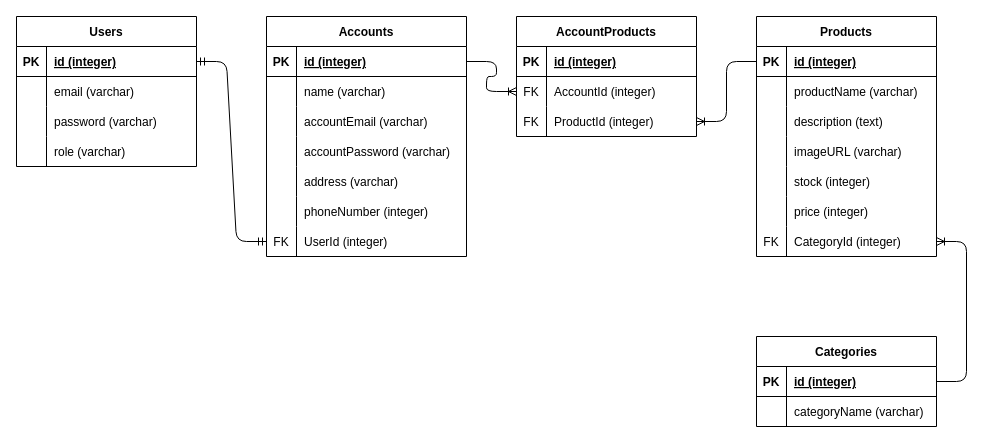
Before: ERD.drawio in Anandabsetiawan/PP-P1-Team2-HCK-73, a draw.io diagram. Source tidied: cells renumbered, new cells numbered last; positions are measured from the earlier drawing's top-left corner, leaving out a move shared by most shapes. Both pictures are drawn from the tidied source at 100%, with x=0, y=0 at pixel (16, 16).
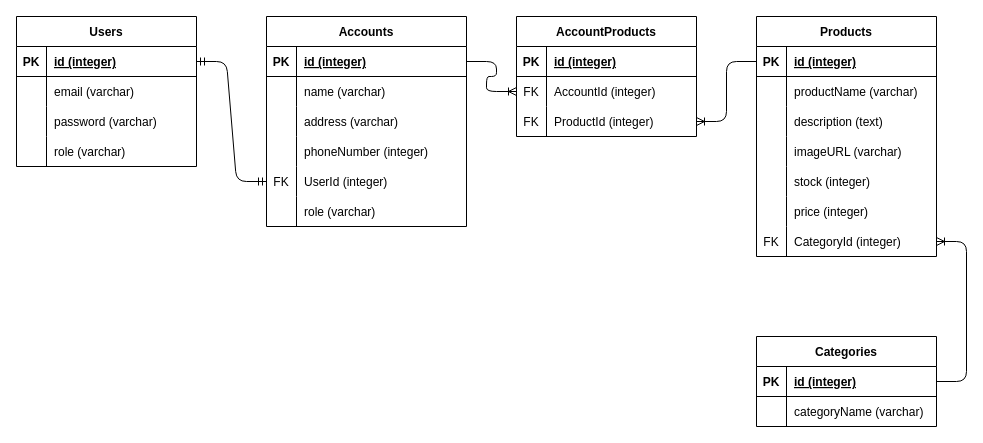
The same page after the edit.

What changed in the source:
```diff
@@
     <mxCell id="15" value="Accounts" style="shape=table;startSize=30;childLayout=tableLayout;rowLines=0;fontStyle=1;align=center;" parent="1" vertex="1">
-      <mxGeometry x="250" width="200" height="240" as="geometry" />
+      <mxGeometry x="250" width="200" height="210" as="geometry" />
     </mxCell>
@@
-    <mxCell id="22" style="shape=tableRow;horizontal=0;startSize=0;swimlaneHead=0;swimlaneBody=0;fillColor=none;top=0;left=0;right=0;bottom=0;" parent="15" vertex="1">
-      <mxGeometry y="90" width="200" height="30" as="geometry" />
-    </mxCell>
-    <mxCell id="23" style="shape=partialRectangle;fillColor=none;top=0;left=0;bottom=0;right=0;overflow=hidden;" parent="22" vertex="1">
-      <mxGeometry width="30" height="30" as="geometry" />
-    </mxCell>
-    <mxCell id="24" value="accountEmail (varchar)" style="shape=partialRectangle;fillColor=none;top=0;left=0;bottom=0;right=0;align=left;spacingLeft=6;overflow=hidden;" parent="22" vertex="1">
-      <mxGeometry x="30" width="170" height="30" as="geometry" />
-    </mxCell>
-    <mxCell id="25" style="shape=tableRow;horizontal=0;startSize=0;swimlaneHead=0;swimlaneBody=0;fillColor=none;top=0;left=0;right=0;bottom=0;" parent="15" vertex="1">
-      <mxGeometry y="120" width="200" height="30" as="geometry" />
-    </mxCell>
-    <mxCell id="26" style="shape=partialRectangle;fillColor=none;top=0;left=0;bottom=0;right=0;overflow=hidden;" parent="25" vertex="1">
-      <mxGeometry width="30" height="30" as="geometry" />
-    </mxCell>
-    <mxCell id="27" value="accountPassword (varchar)" style="shape=partialRectangle;fillColor=none;top=0;left=0;bottom=0;right=0;align=left;spacingLeft=6;overflow=hidden;" parent="25" vertex="1">
-      <mxGeometry x="30" width="170" height="30" as="geometry" />
-    </mxCell>
     <mxCell id="28" style="shape=tableRow;horizontal=0;startSize=0;swimlaneHead=0;swimlaneBody=0;fillColor=none;top=0;left=0;right=0;bottom=0;" parent="15" vertex="1">
-      <mxGeometry y="150" width="200" height="30" as="geometry" />
+      <mxGeometry y="90" width="200" height="30" as="geometry" />
     </mxCell>
@@
     <mxCell id="31" style="shape=tableRow;horizontal=0;startSize=0;swimlaneHead=0;swimlaneBody=0;fillColor=none;top=0;left=0;right=0;bottom=0;" parent="15" vertex="1">
-      <mxGeometry y="180" width="200" height="30" as="geometry" />
+      <mxGeometry y="120" width="200" height="30" as="geometry" />
     </mxCell>
@@
     <mxCell id="34" style="shape=tableRow;horizontal=0;startSize=0;swimlaneHead=0;swimlaneBody=0;fillColor=none;points=[[0,0.5],[1,0.5]];portConstraint=eastwest;top=0;left=0;right=0;bottom=0;" parent="15" vertex="1">
-      <mxGeometry y="210" width="200" height="30" as="geometry" />
+      <mxGeometry y="150" width="200" height="30" as="geometry" />
     </mxCell>
@@
+    <mxCell id="80" style="shape=tableRow;horizontal=0;startSize=0;swimlaneHead=0;swimlaneBody=0;fillColor=none;top=0;left=0;right=0;bottom=0;" parent="15" vertex="1">
+      <mxGeometry y="180" width="200" height="30" as="geometry" />
+    </mxCell>
+    <mxCell id="81" style="shape=partialRectangle;fillColor=none;top=0;left=0;bottom=0;right=0;overflow=hidden;" parent="80" vertex="1">
+      <mxGeometry width="30" height="30" as="geometry" />
+    </mxCell>
+    <mxCell id="82" value="role (varchar)" style="shape=partialRectangle;fillColor=none;top=0;left=0;bottom=0;right=0;align=left;spacingLeft=6;overflow=hidden;" parent="80" vertex="1">
+      <mxGeometry x="30" width="170" height="30" as="geometry" />
+    </mxCell>
```
